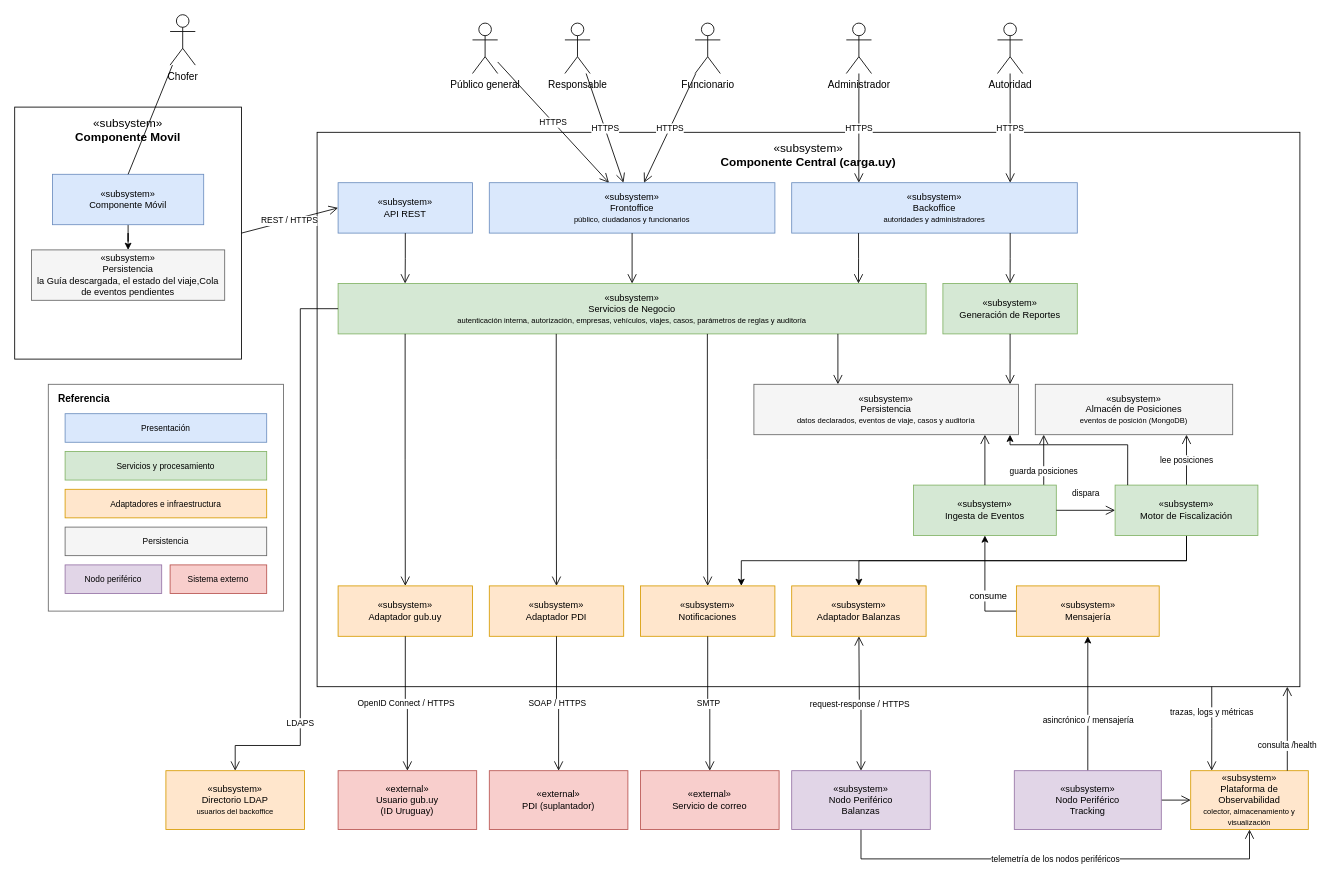
Earlier version of the draw.io diagram docs/informe/fuentes-drawio/carga-uy-vista-logica-v3.drawio (LucasLazogue/TSE-carga-uy). Source tidied: cells renumbered, new cells numbered last; positions are measured from the earlier drawing's top-left corner, leaving out a move shared by most shapes. Both pictures are drawn from the tidied source at 84%, with x=0, y=0 at pixel (14, 14).
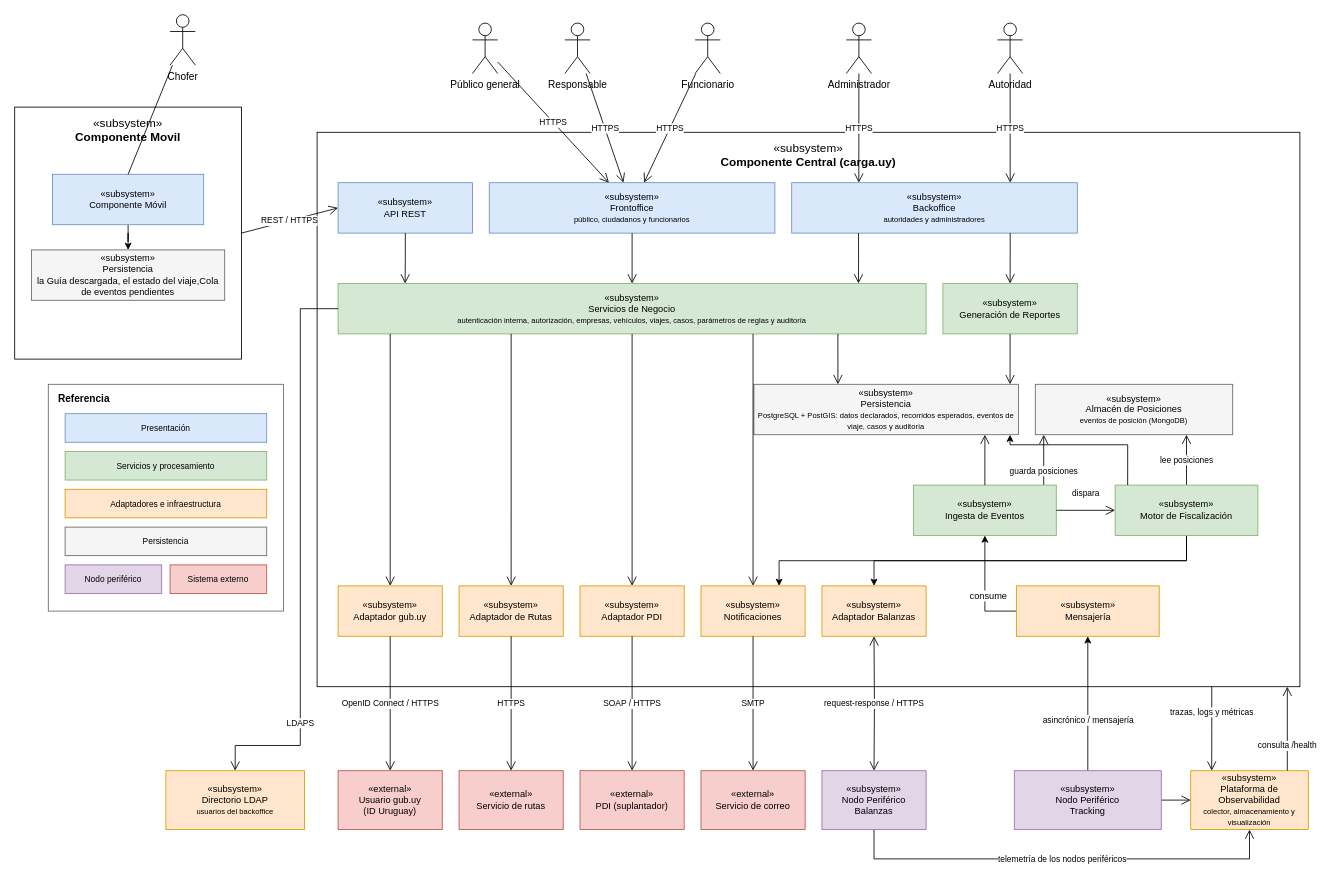
After the change.

Commit message (it also covers changes not shown here):
docs: recorrido esperado en postgis, adaptador de rutas y pendientes de desvio

The change refers to these unchanged cells:
```xml
<mxCell id="8" value="&amp;laquo;subsystem&amp;raquo;&lt;br&gt;Servicios de Negocio&lt;br&gt;&lt;font style=&quot;font-size:9px&quot;&gt;autenticación interna, autorización, empresas, vehículos, viajes, casos, parámetros de reglas y auditoría&lt;/font&gt;" style="rounded=0;whiteSpace=wrap;html=1;fillColor=#d5e8d4;strokeColor=#82b366;fontSize=11;" parent="1" vertex="1">
  <mxGeometry x="385" y="320" width="700" height="60" as="geometry" />
</mxCell>
<mxCell id="18" value="&amp;laquo;subsystem&amp;raquo;&lt;br&gt;Plataforma de Observabilidad&lt;br&gt;&lt;font style=&quot;font-size:9px&quot;&gt;colector, almacenamiento y visualización&lt;/font&gt;" style="rounded=0;whiteSpace=wrap;html=1;fillColor=#ffe6cc;strokeColor=#d79b00;fontSize=11;" parent="1" vertex="1">
  <mxGeometry x="1400" y="900" width="140" height="70" as="geometry" />
</mxCell>
```

Change to the diagram source:
```diff
@@
-    <mxCell id="10" value="&amp;laquo;subsystem&amp;raquo;&lt;br&gt;Persistencia&lt;br&gt;&lt;font style=&quot;font-size:9px&quot;&gt;datos declarados, eventos de viaje, casos y auditoría&lt;/font&gt;" style="rounded=0;whiteSpace=wrap;html=1;fillColor=#f5f5f5;strokeColor=#666666;fontSize=11;" parent="1" vertex="1">
+    <mxCell id="10" value="&amp;laquo;subsystem&amp;raquo;&lt;br&gt;Persistencia&lt;br&gt;&lt;font style=&quot;font-size:9px&quot;&gt;PostgreSQL + PostGIS: datos declarados, recorridos esperados, eventos de viaje, casos y auditoría&lt;/font&gt;" style="rounded=0;whiteSpace=wrap;html=1;fillColor=#f5f5f5;strokeColor=#666666;fontSize=11;" parent="1" vertex="1">
       <mxGeometry x="880" y="440" width="315" height="60" as="geometry" />
     </mxCell>
@@
+    <mxCell id="77" value="&amp;laquo;subsystem&amp;raquo;&lt;br&gt;Adaptador de Rutas" style="rounded=0;whiteSpace=wrap;html=1;fillColor=#ffe6cc;strokeColor=#d79b00;fontSize=11;" parent="1" vertex="1">
+      <mxGeometry x="529" y="680" width="124" height="60" as="geometry" />
+    </mxCell>
+    <mxCell id="78" value="&amp;laquo;external&amp;raquo;&lt;br&gt;Servicio de rutas" style="rounded=0;whiteSpace=wrap;html=1;fillColor=#f8cecc;strokeColor=#b85450;fontSize=11;" parent="1" vertex="1">
+      <mxGeometry x="529" y="900" width="124" height="70" as="geometry" />
+    </mxCell>
+    <mxCell id="79" style="endArrow=open;endSize=9;html=1;rounded=0;edgeStyle=orthogonalEdgeStyle;exitX=0.2943;exitY=1;exitDx=0;exitDy=0;entryX=0.5;entryY=0;entryDx=0;entryDy=0;" parent="1" edge="1" source="8" target="77">
+      <mxGeometry relative="1" as="geometry" />
+    </mxCell>
+    <mxCell id="80" value="HTTPS" style="endArrow=open;endSize=9;html=1;rounded=0;fontSize=10;labelBackgroundColor=#FFFFFF;exitX=0.5;exitY=1;exitDx=0;exitDy=0;entryX=0.5;entryY=0;entryDx=0;entryDy=0;" parent="1" edge="1" source="77" target="78">
+      <mxGeometry relative="1" as="geometry" />
+    </mxCell>
@@
     <mxCell id="22" value="telemetría de los nodos periféricos" style="endArrow=open;endSize=9;html=1;rounded=0;fontSize=10;labelBackgroundColor=#FFFFFF;edgeStyle=orthogonalEdgeStyle;exitX=0.5;exitY=1;exitDx=0;exitDy=0;entryX=0.5;entryY=1;entryDx=0;entryDy=0;" parent="1" edge="1" source="43" target="18">
       <mxGeometry relative="1" as="geometry">
         <Array as="points">
-          <mxPoint x="1007.5" y="1005" />
+          <mxPoint x="1023" y="1005" />
           <mxPoint x="1470" y="1005" />
         </Array>
       </mxGeometry>
     </mxCell>
@@
     <mxCell id="28" value="&amp;laquo;subsystem&amp;raquo;&lt;br&gt;Adaptador gub.uy" style="rounded=0;whiteSpace=wrap;html=1;fillColor=#ffe6cc;strokeColor=#d79b00;fontSize=11;" parent="1" vertex="1">
-      <mxGeometry x="385" y="680" width="160" height="60" as="geometry" />
+      <mxGeometry x="385" y="680" width="124" height="60" as="geometry" />
     </mxCell>
     <mxCell id="29" value="&amp;laquo;subsystem&amp;raquo;&lt;br&gt;Adaptador PDI" style="rounded=0;whiteSpace=wrap;html=1;fillColor=#ffe6cc;strokeColor=#d79b00;fontSize=11;" parent="1" vertex="1">
-      <mxGeometry x="565" y="680" width="160" height="60" as="geometry" />
+      <mxGeometry x="673" y="680" width="124" height="60" as="geometry" />
     </mxCell>
     <mxCell id="30" value="&amp;laquo;subsystem&amp;raquo;&lt;br&gt;Notificaciones" style="rounded=0;whiteSpace=wrap;html=1;fillColor=#ffe6cc;strokeColor=#d79b00;fontSize=11;" parent="1" vertex="1">
-      <mxGeometry x="745" y="680" width="160" height="60" as="geometry" />
+      <mxGeometry x="817" y="680" width="124" height="60" as="geometry" />
     </mxCell>
     <mxCell id="31" value="&amp;laquo;subsystem&amp;raquo;&lt;br&gt;Adaptador Balanzas" style="rounded=0;whiteSpace=wrap;html=1;fillColor=#ffe6cc;strokeColor=#d79b00;fontSize=11;" parent="1" vertex="1">
-      <mxGeometry x="925" y="680" width="160" height="60" as="geometry" />
+      <mxGeometry x="961" y="680" width="124" height="60" as="geometry" />
     </mxCell>
@@
     <mxCell id="40" value="&amp;laquo;external&amp;raquo;&lt;br&gt;Usuario gub.uy&lt;br&gt;(ID Uruguay)" style="rounded=0;whiteSpace=wrap;html=1;fillColor=#f8cecc;strokeColor=#b85450;fontSize=11;" parent="1" vertex="1">
-      <mxGeometry x="385" y="900" width="165" height="70" as="geometry" />
+      <mxGeometry x="385" y="900" width="124" height="70" as="geometry" />
     </mxCell>
     <mxCell id="41" value="&amp;laquo;external&amp;raquo;&lt;br&gt;PDI (suplantador)" style="rounded=0;whiteSpace=wrap;html=1;fillColor=#f8cecc;strokeColor=#b85450;fontSize=11;" parent="1" vertex="1">
-      <mxGeometry x="565" y="900" width="165" height="70" as="geometry" />
+      <mxGeometry x="673" y="900" width="124" height="70" as="geometry" />
     </mxCell>
     <mxCell id="42" value="&amp;laquo;external&amp;raquo;&lt;br&gt;Servicio de correo" style="rounded=0;whiteSpace=wrap;html=1;fillColor=#f8cecc;strokeColor=#b85450;fontSize=11;" parent="1" vertex="1">
-      <mxGeometry x="745" y="900" width="165" height="70" as="geometry" />
+      <mxGeometry x="817" y="900" width="124" height="70" as="geometry" />
     </mxCell>
     <mxCell id="43" value="&amp;laquo;subsystem&amp;raquo;&lt;br&gt;Nodo Periférico&lt;br&gt;Balanzas" style="rounded=0;whiteSpace=wrap;html=1;fillColor=#e1d5e7;strokeColor=#9673a6;fontSize=11;" parent="1" vertex="1">
-      <mxGeometry x="925" y="900" width="165" height="70" as="geometry" />
+      <mxGeometry x="961" y="900" width="124" height="70" as="geometry" />
     </mxCell>
@@
-    <mxCell id="53" style="endArrow=open;endSize=9;html=1;rounded=0;edgeStyle=orthogonalEdgeStyle;exitX=0.114;exitY=1;exitDx=0;exitDy=0;entryX=0.5;entryY=0;entryDx=0;entryDy=0;" parent="1" edge="1" source="8" target="28">
+    <mxCell id="53" style="endArrow=open;endSize=9;html=1;rounded=0;edgeStyle=orthogonalEdgeStyle;exitX=0.0886;exitY=1;exitDx=0;exitDy=0;entryX=0.5;entryY=0;entryDx=0;entryDy=0;" parent="1" edge="1" source="8" target="28">
       <mxGeometry relative="1" as="geometry" />
     </mxCell>
-    <mxCell id="54" style="endArrow=open;endSize=9;html=1;rounded=0;edgeStyle=orthogonalEdgeStyle;exitX=0.371;exitY=1;exitDx=0;exitDy=0;entryX=0.5;entryY=0;entryDx=0;entryDy=0;" parent="1" edge="1" source="8" target="29">
+    <mxCell id="54" style="endArrow=open;endSize=9;html=1;rounded=0;edgeStyle=orthogonalEdgeStyle;exitX=0.5;exitY=1;exitDx=0;exitDy=0;entryX=0.5;entryY=0;entryDx=0;entryDy=0;" parent="1" edge="1" source="8" target="29">
       <mxGeometry relative="1" as="geometry" />
     </mxCell>
-    <mxCell id="55" style="endArrow=open;endSize=9;html=1;rounded=0;edgeStyle=orthogonalEdgeStyle;exitX=0.628;exitY=1;exitDx=0;exitDy=0;entryX=0.5;entryY=0;entryDx=0;entryDy=0;" parent="1" edge="1" source="8" target="30">
+    <mxCell id="55" style="endArrow=open;endSize=9;html=1;rounded=0;edgeStyle=orthogonalEdgeStyle;exitX=0.7057;exitY=1;exitDx=0;exitDy=0;entryX=0.5;entryY=0;entryDx=0;entryDy=0;" parent="1" edge="1" source="8" target="30">
       <mxGeometry relative="1" as="geometry" />
     </mxCell>
@@
     <mxCell id="68" value="request-response / HTTPS" style="endArrow=open;startArrow=open;endSize=9;startSize=9;html=1;rounded=0;fontSize=10;labelBackgroundColor=#FFFFFF;edgeStyle=orthogonalEdgeStyle;entryX=0.5;entryY=0;entryDx=0;entryDy=0;" parent="1" edge="1" target="43">
       <mxGeometry relative="1" as="geometry">
-        <mxPoint x="1005" y="740" as="sourcePoint" />
+        <mxPoint x="1023" y="740" as="sourcePoint" />
       </mxGeometry>
     </mxCell>
```
